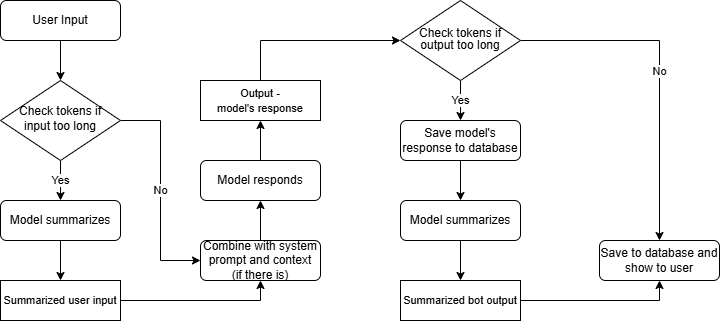
Earlier version of the draw.io export README-assets/flowchart.png (Ahamonuser/local-chatbox). Source tidied: cells renumbered, new cells last; positions are measured from the earlier drawing's top-left corner, leaving out a move shared by most shapes.
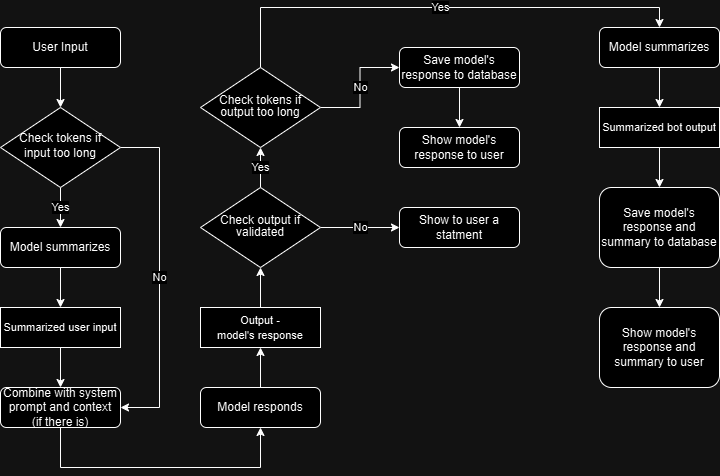
The same file after the commit.

The edit, as a diff of the source:
```diff
@@ -6,76 +6,107 @@
       <mxGeometry relative="1" as="geometry" />
     </mxCell>
     <mxCell id="3" value="User Input" style="rounded=1;whiteSpace=wrap;html=1;fontSize=12;glass=0;strokeWidth=1;shadow=0;" parent="1" vertex="1">
-      <mxGeometry width="120" height="40" as="geometry" />
+      <mxGeometry y="-40" width="120" height="40" as="geometry" />
     </mxCell>
     <mxCell id="4" value="Yes" style="edgeStyle=orthogonalEdgeStyle;rounded=0;jettySize=auto;html=1;exitX=0.5;exitY=1;exitDx=0;exitDy=0;entryX=0.5;entryY=0;entryDx=0;entryDy=0;" parent="1" edge="1" source="6" target="10">
       <mxGeometry relative="1" as="geometry" />
     </mxCell>
-    <mxCell id="5" value="No" style="edgeStyle=orthogonalEdgeStyle;rounded=0;jettySize=auto;html=1;exitX=1;exitY=0.5;exitDx=0;exitDy=0;entryX=0;entryY=0.5;entryDx=0;entryDy=0;" parent="1" edge="1" source="6" target="8">
-      <mxGeometry relative="1" as="geometry" />
+    <mxCell id="5" value="No" style="edgeStyle=orthogonalEdgeStyle;rounded=0;jettySize=auto;html=1;entryX=1;entryY=0.5;entryDx=0;entryDy=0;" parent="1" edge="1" source="6" target="8">
+      <mxGeometry relative="1" as="geometry">
+        <Array as="points">
+          <mxPoint x="159" y="80" />
+          <mxPoint x="159" y="340" />
+        </Array>
+      </mxGeometry>
     </mxCell>
     <mxCell id="6" value="&lt;font style=&quot;font-size: 12px;&quot;&gt;Check tokens if input too long&lt;/font&gt;" style="rhombus;whiteSpace=wrap;html=1;shadow=0;fontFamily=Helvetica;fontSize=12;align=center;strokeWidth=1;spacing=6;spacingTop=-4;fillColor=default;fillStyle=auto;flipV=0;flipH=1;" parent="1" vertex="1">
-      <mxGeometry y="80" width="120" height="80" as="geometry" />
+      <mxGeometry y="40" width="120" height="80" as="geometry" />
     </mxCell>
-    <mxCell id="7" style="edgeStyle=orthogonalEdgeStyle;rounded=0;jettySize=auto;html=1;entryX=0.5;entryY=1;entryDx=0;entryDy=0;" parent="1" edge="1" source="8" target="13">
-      <mxGeometry relative="1" as="geometry" />
+    <mxCell id="7" style="edgeStyle=orthogonalEdgeStyle;rounded=0;jettySize=auto;html=1;entryX=0.5;entryY=1;entryDx=0;entryDy=0;exitX=0.5;exitY=1;exitDx=0;exitDy=0;" parent="1" edge="1" source="8" target="13">
+      <mxGeometry relative="1" as="geometry">
+        <Array as="points">
+          <mxPoint x="60" y="400" />
+          <mxPoint x="260" y="400" />
+        </Array>
+      </mxGeometry>
     </mxCell>
     <mxCell id="8" value="Combine with system prompt and context&lt;br&gt;(if there is)" style="rounded=1;whiteSpace=wrap;html=1;fontSize=12;glass=0;strokeWidth=1;shadow=0;" parent="1" vertex="1">
-      <mxGeometry x="200" y="240" width="120" height="40" as="geometry" />
+      <mxGeometry y="320" width="120" height="40" as="geometry" />
     </mxCell>
     <mxCell id="9" style="edgeStyle=orthogonalEdgeStyle;rounded=0;jettySize=auto;html=1;entryX=0.5;entryY=0;entryDx=0;entryDy=0;" parent="1" edge="1" source="10" target="16">
       <mxGeometry relative="1" as="geometry" />
     </mxCell>
     <mxCell id="10" value="Model&lt;span style=&quot;background-color: initial;&quot;&gt;&amp;nbsp;summarizes&lt;/span&gt;" style="rounded=1;whiteSpace=wrap;html=1;fontSize=12;glass=0;strokeWidth=1;shadow=0;" parent="1" vertex="1">
-      <mxGeometry y="200" width="120" height="40" as="geometry" />
+      <mxGeometry y="160" width="120" height="40" as="geometry" />
     </mxCell>
-    <mxCell id="11" style="edgeStyle=orthogonalEdgeStyle;rounded=0;jettySize=auto;html=1;entryX=0.5;entryY=1;entryDx=0;entryDy=0;exitX=1;exitY=0.5;exitDx=0;exitDy=0;" parent="1" edge="1" source="16" target="8">
-      <mxGeometry relative="1" as="geometry" />
-    </mxCell>
     <mxCell id="12" style="edgeStyle=orthogonalEdgeStyle;rounded=0;jettySize=auto;html=1;entryX=0.5;entryY=1;entryDx=0;entryDy=0;" parent="1" edge="1" source="13" target="17">
       <mxGeometry relative="1" as="geometry" />
     </mxCell>
     <mxCell id="13" value="Model responds" style="rounded=1;whiteSpace=wrap;html=1;fontSize=12;glass=0;strokeWidth=1;shadow=0;" parent="1" vertex="1">
-      <mxGeometry x="200" y="160" width="120" height="40" as="geometry" />
+      <mxGeometry x="200" y="320" width="120" height="40" as="geometry" />
     </mxCell>
-    <mxCell id="14" value="Save to database and show to user" style="rounded=1;whiteSpace=wrap;html=1;fontSize=12;glass=0;strokeWidth=1;shadow=0;" parent="1" vertex="1">
-      <mxGeometry x="599" y="240" width="120" height="40" as="geometry" />
+    <mxCell id="14" value="Show to user a statment" style="rounded=1;whiteSpace=wrap;html=1;fontSize=12;glass=0;strokeWidth=1;shadow=0;" parent="1" vertex="1">
+      <mxGeometry x="399" y="140" width="120" height="40" as="geometry" />
     </mxCell>
-    <mxCell id="15" style="edgeStyle=orthogonalEdgeStyle;rounded=0;jettySize=auto;html=1;exitX=0.5;exitY=0;exitDx=0;exitDy=0;entryX=0;entryY=0.5;entryDx=0;entryDy=0;" parent="1" edge="1" source="17" target="20">
-      <mxGeometry relative="1" as="geometry" />
-    </mxCell>
+    <mxCell id="11" style="edgeStyle=orthogonalEdgeStyle;rounded=0;jettySize=auto;html=1;entryX=0.5;entryY=0;entryDx=0;entryDy=0;" parent="1" edge="1" source="16" target="8">
+      <mxGeometry relative="1" as="geometry" />
+    </mxCell>
     <mxCell id="16" value="&lt;span style=&quot;font-size: 11px;&quot;&gt;Summarized user input&lt;/span&gt;" style="rounded=0;whiteSpace=wrap;html=1;" parent="1" vertex="1">
-      <mxGeometry y="280" width="120" height="40" as="geometry" />
+      <mxGeometry y="240" width="120" height="40" as="geometry" />
     </mxCell>
+    <mxCell id="27" style="edgeStyle=orthogonalEdgeStyle;rounded=0;jettySize=auto;html=1;" parent="1" edge="1" source="17" target="33">
+      <mxGeometry relative="1" as="geometry" />
+    </mxCell>
     <mxCell id="17" value="&lt;span style=&quot;font-size: 11px;&quot;&gt;Output - model's&amp;nbsp;response&lt;/span&gt;" style="rounded=0;whiteSpace=wrap;html=1;" parent="1" vertex="1">
-      <mxGeometry x="200" y="80" width="120" height="40" as="geometry" />
+      <mxGeometry x="200" y="240" width="120" height="40" as="geometry" />
     </mxCell>
+    <mxCell id="28" value="Yes" style="edgeStyle=orthogonalEdgeStyle;rounded=0;jettySize=auto;html=1;entryX=0.5;entryY=0;entryDx=0;entryDy=0;exitX=0.5;exitY=0;exitDx=0;exitDy=0;" parent="1" edge="1" source="20" target="22">
+      <mxGeometry relative="1" as="geometry" />
+    </mxCell>
-    <mxCell id="18" value="Yes" style="edgeStyle=orthogonalEdgeStyle;rounded=0;jettySize=auto;html=1;entryX=0.5;entryY=0;entryDx=0;entryDy=0;" parent="1" edge="1" source="20" target="26">
+    <mxCell id="18" value="No" style="edgeStyle=orthogonalEdgeStyle;rounded=0;jettySize=auto;html=1;entryX=0;entryY=0.5;entryDx=0;entryDy=0;" parent="1" edge="1" source="20" target="26">
       <mxGeometry relative="1" as="geometry" />
     </mxCell>
-    <mxCell id="19" value="No" style="edgeStyle=orthogonalEdgeStyle;rounded=0;jettySize=auto;html=1;entryX=0.5;entryY=0;entryDx=0;entryDy=0;" parent="1" edge="1" source="20" target="14">
-      <mxGeometry relative="1" as="geometry" />
-    </mxCell>
     <mxCell id="20" value="&lt;div style=&quot;line-height: 100%;&quot;&gt;&lt;span style=&quot;background-color: initial;&quot;&gt;Check tokens if output too long&lt;/span&gt;&lt;/div&gt;" style="rhombus;whiteSpace=wrap;html=1;shadow=0;fontFamily=Helvetica;fontSize=12;align=center;strokeWidth=1;spacing=6;spacingTop=-4;fillColor=default;fillStyle=auto;" parent="1" vertex="1">
-      <mxGeometry x="400" width="120" height="80" as="geometry" />
+      <mxGeometry x="200" width="120" height="80" as="geometry" />
     </mxCell>
-    <mxCell id="21" style="edgeStyle=orthogonalEdgeStyle;rounded=0;jettySize=auto;html=1;entryX=0.5;entryY=0;entryDx=0;entryDy=0;" parent="1" edge="1" source="22" target="24">
+    <mxCell id="21" style="edgeStyle=orthogonalEdgeStyle;rounded=0;jettySize=auto;html=1;" parent="1" edge="1" source="22" target="24">
       <mxGeometry relative="1" as="geometry" />
     </mxCell>
     <mxCell id="22" value="Model&lt;span style=&quot;background-color: initial;&quot;&gt;&amp;nbsp;summarizes&lt;/span&gt;" style="rounded=1;whiteSpace=wrap;html=1;fontSize=12;glass=0;strokeWidth=1;shadow=0;" parent="1" vertex="1">
-      <mxGeometry x="400" y="200" width="120" height="40" as="geometry" />
+      <mxGeometry x="599" y="-40" width="120" height="40" as="geometry" />
     </mxCell>
-    <mxCell id="23" style="edgeStyle=orthogonalEdgeStyle;rounded=0;jettySize=auto;html=1;entryX=0.5;entryY=1;entryDx=0;entryDy=0;" parent="1" edge="1" source="24" target="14">
-      <mxGeometry relative="1" as="geometry" />
-    </mxCell>
+    <mxCell id="29" style="edgeStyle=orthogonalEdgeStyle;rounded=0;jettySize=auto;html=1;" parent="1" edge="1" source="24" target="36">
+      <mxGeometry relative="1" as="geometry" />
+    </mxCell>
     <mxCell id="24" value="&lt;span style=&quot;font-size: 11px;&quot;&gt;Summarized bot output&lt;/span&gt;" style="rounded=0;whiteSpace=wrap;html=1;" parent="1" vertex="1">
-      <mxGeometry x="400" y="280" width="120" height="40" as="geometry" />
+      <mxGeometry x="599" y="40" width="120" height="40" as="geometry" />
     </mxCell>
-    <mxCell id="25" style="edgeStyle=orthogonalEdgeStyle;rounded=0;jettySize=auto;html=1;entryX=0.5;entryY=0;entryDx=0;entryDy=0;" parent="1" edge="1" source="26" target="22">
-      <mxGeometry relative="1" as="geometry" />
-    </mxCell>
+    <mxCell id="30" style="edgeStyle=orthogonalEdgeStyle;rounded=0;jettySize=auto;html=1;" parent="1" edge="1" source="26" target="34">
+      <mxGeometry relative="1" as="geometry" />
+    </mxCell>
     <mxCell id="26" value="Save model's response to database" style="rounded=1;whiteSpace=wrap;html=1;fontSize=12;glass=0;strokeWidth=1;shadow=0;" parent="1" vertex="1">
-      <mxGeometry x="400" y="120" width="120" height="40" as="geometry" />
+      <mxGeometry x="399" y="-20" width="120" height="40" as="geometry" />
     </mxCell>
+    <mxCell id="31" value="Yes" style="edgeStyle=orthogonalEdgeStyle;rounded=0;jettySize=auto;html=1;" parent="1" edge="1" source="33" target="20">
+      <mxGeometry relative="1" as="geometry" />
+    </mxCell>
+    <mxCell id="32" value="No" style="edgeStyle=orthogonalEdgeStyle;rounded=0;jettySize=auto;html=1;entryX=0;entryY=0.5;entryDx=0;entryDy=0;" parent="1" edge="1" source="33" target="14">
+      <mxGeometry relative="1" as="geometry" />
+    </mxCell>
+    <mxCell id="33" value="&lt;div style=&quot;line-height: 100%;&quot;&gt;&lt;span style=&quot;background-color: initial;&quot;&gt;Check output if validated&lt;/span&gt;&lt;/div&gt;" style="rhombus;whiteSpace=wrap;html=1;shadow=0;fontFamily=Helvetica;fontSize=12;align=center;strokeWidth=1;spacing=6;spacingTop=-4;fillColor=default;fillStyle=auto;" parent="1" vertex="1">
+      <mxGeometry x="200" y="120" width="120" height="80" as="geometry" />
+    </mxCell>
+    <mxCell id="34" value="Show model's response to user" style="rounded=1;whiteSpace=wrap;html=1;fontSize=12;glass=0;strokeWidth=1;shadow=0;" parent="1" vertex="1">
+      <mxGeometry x="399" y="60" width="120" height="40" as="geometry" />
+    </mxCell>
+    <mxCell id="35" style="edgeStyle=orthogonalEdgeStyle;rounded=0;jettySize=auto;html=1;" parent="1" edge="1" source="36" target="37">
+      <mxGeometry relative="1" as="geometry" />
+    </mxCell>
+    <mxCell id="36" value="Save model's response and summary to database" style="rounded=1;whiteSpace=wrap;html=1;fontSize=12;glass=0;strokeWidth=1;shadow=0;" parent="1" vertex="1">
+      <mxGeometry x="599" y="120" width="120" height="80" as="geometry" />
+    </mxCell>
+    <mxCell id="37" value="Show model's response and summary to user" style="rounded=1;whiteSpace=wrap;html=1;fontSize=12;glass=0;strokeWidth=1;shadow=0;" parent="1" vertex="1">
+      <mxGeometry x="599" y="240" width="120" height="80" as="geometry" />
+    </mxCell>
   </root>
 </mxGraphModel>
```
